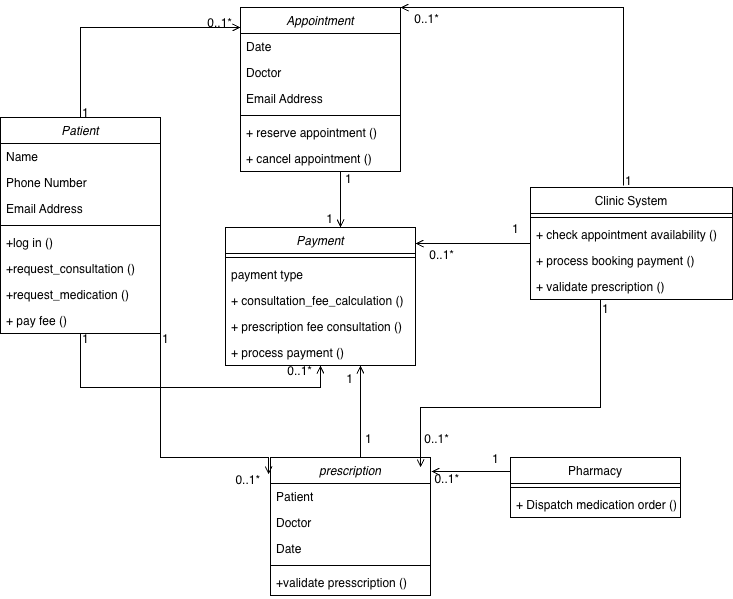
Before: W5/W5Act4/W5Act4.drawio.png, a diagram exported from draw.io (eirikrbe/MSE800-PSD). Source tidied: cells renumbered, new cells last; positions are measured from the earlier drawing's top-left corner, leaving out a move shared by most shapes. The source it was exported from:
```xml
<mxGraphModel>
  <root>
    <mxCell id="0" />
    <mxCell id="1" parent="0" />
    <mxCell id="2" value="Patient" style="swimlane;fontStyle=2;align=center;verticalAlign=top;horizontal=1;startSize=26;rounded=0;shadow=0;strokeWidth=1;" parent="1" vertex="1">
      <mxGeometry y="110" width="160" height="216" as="geometry" />
    </mxCell>
    <mxCell id="3" value="Name" style="text;align=left;verticalAlign=top;spacingLeft=4;spacingRight=4;overflow=hidden;" parent="2" vertex="1">
      <mxGeometry y="26" width="160" height="26" as="geometry" />
    </mxCell>
    <mxCell id="4" value="Phone Number" style="text;align=left;verticalAlign=top;spacingLeft=4;spacingRight=4;overflow=hidden;rounded=0;shadow=0;html=0;" parent="2" vertex="1">
      <mxGeometry y="52" width="160" height="26" as="geometry" />
    </mxCell>
    <mxCell id="5" value="Email Address" style="text;align=left;verticalAlign=top;spacingLeft=4;spacingRight=4;overflow=hidden;rounded=0;shadow=0;html=0;" parent="2" vertex="1">
      <mxGeometry y="78" width="160" height="26" as="geometry" />
    </mxCell>
    <mxCell id="6" style="line;html=1;strokeWidth=1;align=left;verticalAlign=middle;spacingTop=-1;spacingLeft=3;spacingRight=3;labelPosition=right;" parent="2" vertex="1">
      <mxGeometry y="104" width="160" height="8" as="geometry" />
    </mxCell>
    <mxCell id="7" value="+log in ()" style="text;align=left;verticalAlign=top;spacingLeft=4;spacingRight=4;overflow=hidden;" parent="2" vertex="1">
      <mxGeometry y="112" width="160" height="26" as="geometry" />
    </mxCell>
    <mxCell id="8" value="+request_consultation ()" style="text;align=left;verticalAlign=top;spacingLeft=4;spacingRight=4;overflow=hidden;" parent="2" vertex="1">
      <mxGeometry y="138" width="160" height="26" as="geometry" />
    </mxCell>
    <mxCell id="9" value="+request_medication ()" style="text;align=left;verticalAlign=top;spacingLeft=4;spacingRight=4;overflow=hidden;" parent="2" vertex="1">
      <mxGeometry y="164" width="160" height="26" as="geometry" />
    </mxCell>
    <mxCell id="10" value="+ pay fee ()" style="text;align=left;verticalAlign=top;spacingLeft=4;spacingRight=4;overflow=hidden;" parent="2" vertex="1">
      <mxGeometry y="190" width="160" height="26" as="geometry" />
    </mxCell>
    <mxCell id="11" value="Pharmacy&#10;" style="swimlane;fontStyle=0;align=center;verticalAlign=top;horizontal=1;startSize=26;rounded=0;shadow=0;strokeWidth=1;" parent="1" vertex="1">
      <mxGeometry x="510" y="450" width="170" height="60" as="geometry" />
    </mxCell>
    <mxCell id="12" style="line;html=1;strokeWidth=1;align=left;verticalAlign=middle;spacingTop=-1;spacingLeft=3;spacingRight=3;labelPosition=right;" parent="11" vertex="1">
      <mxGeometry y="26" width="170" height="8" as="geometry" />
    </mxCell>
    <mxCell id="13" value="+ Dispatch medication order () " style="text;align=left;verticalAlign=top;spacingLeft=4;spacingRight=4;overflow=hidden;" parent="11" vertex="1">
      <mxGeometry y="34" width="170" height="26" as="geometry" />
    </mxCell>
    <mxCell id="14" value="Clinic System" style="swimlane;fontStyle=0;align=center;verticalAlign=top;horizontal=1;startSize=26;rounded=0;shadow=0;strokeWidth=1;" parent="1" vertex="1">
      <mxGeometry x="530" y="180" width="202" height="112" as="geometry" />
    </mxCell>
    <mxCell id="15" style="line;html=1;strokeWidth=1;align=left;verticalAlign=middle;spacingTop=-1;spacingLeft=3;spacingRight=3;labelPosition=right;" parent="14" vertex="1">
      <mxGeometry y="26" width="202" height="8" as="geometry" />
    </mxCell>
    <mxCell id="16" value="+ check appointment availability ()" style="text;align=left;verticalAlign=top;spacingLeft=4;spacingRight=4;overflow=hidden;" parent="14" vertex="1">
      <mxGeometry y="34" width="202" height="26" as="geometry" />
    </mxCell>
    <mxCell id="17" value="+ process booking payment ()" style="text;align=left;verticalAlign=top;spacingLeft=4;spacingRight=4;overflow=hidden;rounded=0;shadow=0;html=0;" parent="14" vertex="1">
      <mxGeometry y="60" width="202" height="26" as="geometry" />
    </mxCell>
    <mxCell id="18" value="+ validate prescription () " style="text;align=left;verticalAlign=top;spacingLeft=4;spacingRight=4;overflow=hidden;rounded=0;shadow=0;html=0;" parent="14" vertex="1">
      <mxGeometry y="86" width="202" height="26" as="geometry" />
    </mxCell>
    <mxCell id="19" style="endArrow=open;shadow=0;strokeWidth=1;rounded=0;curved=0;endFill=1;edgeStyle=elbowEdgeStyle;elbow=vertical;" parent="1" edge="1" source="2" target="22">
      <mxGeometry x="0.5" y="41" relative="1" as="geometry">
        <Array as="points">
          <mxPoint x="80" y="20" />
        </Array>
        <mxPoint x="-40" y="32" as="offset" />
      </mxGeometry>
    </mxCell>
    <mxCell id="20" value="1" style="align=left;verticalAlign=bottom;labelBackgroundColor=none;fontSize=12;" parent="19" vertex="1">
      <mxGeometry x="-1" relative="1" as="geometry">
        <mxPoint y="4" as="offset" />
      </mxGeometry>
    </mxCell>
    <mxCell id="21" value="0..1*" style="align=right;verticalAlign=bottom;labelBackgroundColor=none;fontSize=12;" parent="19" vertex="1">
      <mxGeometry x="1" relative="1" as="geometry">
        <mxPoint x="-7" y="4" as="offset" />
      </mxGeometry>
    </mxCell>
    <mxCell id="22" value="Appointment" style="swimlane;fontStyle=2;align=center;verticalAlign=top;horizontal=1;startSize=26;rounded=0;shadow=0;strokeWidth=1;" parent="1" vertex="1">
      <mxGeometry x="240" width="160" height="164" as="geometry" />
    </mxCell>
    <mxCell id="23" value="Date" style="text;align=left;verticalAlign=top;spacingLeft=4;spacingRight=4;overflow=hidden;" parent="22" vertex="1">
      <mxGeometry y="26" width="160" height="26" as="geometry" />
    </mxCell>
    <mxCell id="24" value="Doctor" style="text;align=left;verticalAlign=top;spacingLeft=4;spacingRight=4;overflow=hidden;rounded=0;shadow=0;html=0;" parent="22" vertex="1">
      <mxGeometry y="52" width="160" height="26" as="geometry" />
    </mxCell>
    <mxCell id="25" value="Email Address" style="text;align=left;verticalAlign=top;spacingLeft=4;spacingRight=4;overflow=hidden;rounded=0;shadow=0;html=0;" parent="22" vertex="1">
      <mxGeometry y="78" width="160" height="26" as="geometry" />
    </mxCell>
    <mxCell id="26" style="line;html=1;strokeWidth=1;align=left;verticalAlign=middle;spacingTop=-1;spacingLeft=3;spacingRight=3;labelPosition=right;" parent="22" vertex="1">
      <mxGeometry y="104" width="160" height="8" as="geometry" />
    </mxCell>
    <mxCell id="27" value="+ reserve appointment () " style="text;align=left;verticalAlign=top;spacingLeft=4;spacingRight=4;overflow=hidden;" parent="22" vertex="1">
      <mxGeometry y="112" width="160" height="26" as="geometry" />
    </mxCell>
    <mxCell id="28" value="+ cancel appointment ()" style="text;align=left;verticalAlign=top;spacingLeft=4;spacingRight=4;overflow=hidden;" parent="22" vertex="1">
      <mxGeometry y="138" width="160" height="26" as="geometry" />
    </mxCell>
    <mxCell id="29" value="Payment" style="swimlane;fontStyle=2;align=center;verticalAlign=top;horizontal=1;startSize=26;rounded=0;shadow=0;strokeWidth=1;" parent="1" vertex="1">
      <mxGeometry x="225" y="220" width="190" height="138" as="geometry" />
    </mxCell>
    <mxCell id="30" style="line;html=1;strokeWidth=1;align=left;verticalAlign=middle;spacingTop=-1;spacingLeft=3;spacingRight=3;labelPosition=right;" parent="29" vertex="1">
      <mxGeometry y="26" width="190" height="8" as="geometry" />
    </mxCell>
    <mxCell id="31" value="payment type" style="text;align=left;verticalAlign=top;spacingLeft=4;spacingRight=4;overflow=hidden;" parent="29" vertex="1">
      <mxGeometry y="34" width="190" height="26" as="geometry" />
    </mxCell>
    <mxCell id="32" value="+ consultation_fee_calculation () " style="text;align=left;verticalAlign=top;spacingLeft=4;spacingRight=4;overflow=hidden;" parent="29" vertex="1">
      <mxGeometry y="60" width="190" height="26" as="geometry" />
    </mxCell>
    <mxCell id="33" value="+ prescription fee consultation ()" style="text;align=left;verticalAlign=top;spacingLeft=4;spacingRight=4;overflow=hidden;" parent="29" vertex="1">
      <mxGeometry y="86" width="190" height="26" as="geometry" />
    </mxCell>
    <mxCell id="34" value="+ process payment ()" style="text;align=left;verticalAlign=top;spacingLeft=4;spacingRight=4;overflow=hidden;" parent="29" vertex="1">
      <mxGeometry y="112" width="190" height="26" as="geometry" />
    </mxCell>
    <mxCell id="35" value="prescription" style="swimlane;fontStyle=2;align=center;verticalAlign=top;horizontal=1;startSize=26;rounded=0;shadow=0;strokeWidth=1;" parent="1" vertex="1">
      <mxGeometry x="270" y="450" width="160" height="138" as="geometry" />
    </mxCell>
    <mxCell id="36" value="Patient" style="text;align=left;verticalAlign=top;spacingLeft=4;spacingRight=4;overflow=hidden;" parent="35" vertex="1">
      <mxGeometry y="26" width="160" height="26" as="geometry" />
    </mxCell>
    <mxCell id="37" value="Doctor" style="text;align=left;verticalAlign=top;spacingLeft=4;spacingRight=4;overflow=hidden;rounded=0;shadow=0;html=0;" parent="35" vertex="1">
      <mxGeometry y="52" width="160" height="26" as="geometry" />
    </mxCell>
    <mxCell id="38" value="Date" style="text;align=left;verticalAlign=top;spacingLeft=4;spacingRight=4;overflow=hidden;rounded=0;shadow=0;html=0;" parent="35" vertex="1">
      <mxGeometry y="78" width="160" height="26" as="geometry" />
    </mxCell>
    <mxCell id="39" style="line;html=1;strokeWidth=1;align=left;verticalAlign=middle;spacingTop=-1;spacingLeft=3;spacingRight=3;labelPosition=right;" parent="35" vertex="1">
      <mxGeometry y="104" width="160" height="8" as="geometry" />
    </mxCell>
    <mxCell id="40" value="+validate presscription ()" style="text;align=left;verticalAlign=top;spacingLeft=4;spacingRight=4;overflow=hidden;" parent="35" vertex="1">
      <mxGeometry y="112" width="160" height="26" as="geometry" />
    </mxCell>
    <mxCell id="41" style="endArrow=open;shadow=0;strokeWidth=1;rounded=0;curved=0;endFill=1;edgeStyle=elbowEdgeStyle;elbow=vertical;" parent="1" edge="1" source="2" target="29">
      <mxGeometry x="0.5" y="41" relative="1" as="geometry">
        <Array as="points">
          <mxPoint x="210" y="380" />
        </Array>
        <mxPoint x="-40" y="32" as="offset" />
      </mxGeometry>
    </mxCell>
    <mxCell id="42" value="1" style="align=left;verticalAlign=bottom;labelBackgroundColor=none;fontSize=12;" parent="41" vertex="1">
      <mxGeometry x="-1" relative="1" as="geometry">
        <mxPoint y="14" as="offset" />
      </mxGeometry>
    </mxCell>
    <mxCell id="43" value="0..1*" style="align=right;verticalAlign=bottom;labelBackgroundColor=none;fontSize=12;" parent="41" vertex="1">
      <mxGeometry x="1" relative="1" as="geometry">
        <mxPoint x="-7" y="14" as="offset" />
      </mxGeometry>
    </mxCell>
    <mxCell id="44" style="endArrow=open;shadow=0;strokeWidth=1;rounded=0;curved=0;endFill=1;edgeStyle=elbowEdgeStyle;elbow=vertical;" parent="1" edge="1" source="22" target="29">
      <mxGeometry x="0.5" y="41" relative="1" as="geometry">
        <Array as="points">
          <mxPoint x="340" y="200" />
        </Array>
        <mxPoint x="-40" y="32" as="offset" />
      </mxGeometry>
    </mxCell>
    <mxCell id="45" value="1" style="align=left;verticalAlign=bottom;labelBackgroundColor=none;fontSize=12;" parent="44" vertex="1">
      <mxGeometry x="-1" relative="1" as="geometry">
        <mxPoint x="3" y="16" as="offset" />
      </mxGeometry>
    </mxCell>
    <mxCell id="46" value="1" style="align=right;verticalAlign=bottom;labelBackgroundColor=none;fontSize=12;" parent="44" vertex="1">
      <mxGeometry x="1" relative="1" as="geometry">
        <mxPoint x="-6" as="offset" />
      </mxGeometry>
    </mxCell>
    <mxCell id="47" style="endArrow=open;shadow=0;strokeWidth=1;rounded=0;curved=0;endFill=1;edgeStyle=elbowEdgeStyle;elbow=vertical;entryX=-0.012;entryY=0.123;entryDx=0;entryDy=0;entryPerimeter=0;" parent="1" edge="1" source="2" target="35">
      <mxGeometry x="0.5" y="41" relative="1" as="geometry">
        <Array as="points">
          <mxPoint x="160" y="450" />
        </Array>
        <mxPoint x="-40" y="32" as="offset" />
      </mxGeometry>
    </mxCell>
    <mxCell id="48" value="1" style="align=left;verticalAlign=bottom;labelBackgroundColor=none;fontSize=12;" parent="47" vertex="1">
      <mxGeometry x="-1" relative="1" as="geometry">
        <mxPoint y="14" as="offset" />
      </mxGeometry>
    </mxCell>
    <mxCell id="49" value="0..1*" style="align=right;verticalAlign=bottom;labelBackgroundColor=none;fontSize=12;" parent="47" vertex="1">
      <mxGeometry x="1" relative="1" as="geometry">
        <mxPoint x="-7" y="14" as="offset" />
      </mxGeometry>
    </mxCell>
    <mxCell id="50" style="endArrow=open;shadow=0;strokeWidth=1;rounded=0;curved=0;endFill=1;edgeStyle=elbowEdgeStyle;elbow=vertical;" parent="1" edge="1" source="35" target="29">
      <mxGeometry x="0.5" y="41" relative="1" as="geometry">
        <Array as="points">
          <mxPoint x="360" y="390" />
        </Array>
        <mxPoint x="-40" y="32" as="offset" />
      </mxGeometry>
    </mxCell>
    <mxCell id="51" value="1" style="align=left;verticalAlign=bottom;labelBackgroundColor=none;fontSize=12;" parent="50" vertex="1">
      <mxGeometry x="-1" relative="1" as="geometry">
        <mxPoint x="3" y="-10" as="offset" />
      </mxGeometry>
    </mxCell>
    <mxCell id="52" value="1" style="align=right;verticalAlign=bottom;labelBackgroundColor=none;fontSize=12;" parent="50" vertex="1">
      <mxGeometry x="1" relative="1" as="geometry">
        <mxPoint x="-6" y="22" as="offset" />
      </mxGeometry>
    </mxCell>
    <mxCell id="53" style="endArrow=open;shadow=0;strokeWidth=1;rounded=0;curved=0;endFill=1;edgeStyle=elbowEdgeStyle;elbow=vertical;entryX=1.006;entryY=0.101;entryDx=0;entryDy=0;entryPerimeter=0;" parent="1" edge="1" source="11" target="35">
      <mxGeometry x="0.5" y="41" relative="1" as="geometry">
        <Array as="points">
          <mxPoint x="560" y="464" />
        </Array>
        <mxPoint x="-40" y="32" as="offset" />
      </mxGeometry>
    </mxCell>
    <mxCell id="54" value="1" style="align=left;verticalAlign=bottom;labelBackgroundColor=none;fontSize=12;" parent="53" vertex="1">
      <mxGeometry x="-1" relative="1" as="geometry">
        <mxPoint x="-20" y="-4" as="offset" />
      </mxGeometry>
    </mxCell>
    <mxCell id="55" value="0..1*" style="align=right;verticalAlign=bottom;labelBackgroundColor=none;fontSize=12;" parent="53" vertex="1">
      <mxGeometry x="1" relative="1" as="geometry">
        <mxPoint x="19" y="-24" as="offset" />
      </mxGeometry>
    </mxCell>
    <mxCell id="56" style="endArrow=open;shadow=0;strokeWidth=1;rounded=0;curved=0;endFill=1;edgeStyle=elbowEdgeStyle;elbow=vertical;exitX=0.46;exitY=-0.018;exitDx=0;exitDy=0;exitPerimeter=0;entryX=1;entryY=0;entryDx=0;entryDy=0;" parent="1" edge="1" source="14" target="22">
      <mxGeometry x="0.5" y="41" relative="1" as="geometry">
        <Array as="points">
          <mxPoint x="510" />
        </Array>
        <mxPoint x="-40" y="32" as="offset" />
      </mxGeometry>
    </mxCell>
    <mxCell id="57" value="1" style="align=left;verticalAlign=bottom;labelBackgroundColor=none;fontSize=12;" parent="56" vertex="1">
      <mxGeometry x="-1" relative="1" as="geometry">
        <mxPoint y="4" as="offset" />
      </mxGeometry>
    </mxCell>
    <mxCell id="58" value="0..1*" style="align=right;verticalAlign=bottom;labelBackgroundColor=none;fontSize=12;" parent="56" vertex="1">
      <mxGeometry x="1" relative="1" as="geometry">
        <mxPoint x="40" y="20" as="offset" />
      </mxGeometry>
    </mxCell>
    <mxCell id="59" style="endArrow=open;shadow=0;strokeWidth=1;rounded=0;curved=0;endFill=1;edgeStyle=elbowEdgeStyle;elbow=vertical;" parent="1" edge="1" source="14" target="29">
      <mxGeometry x="0.5" y="41" relative="1" as="geometry">
        <Array as="points">
          <mxPoint x="507" y="236" />
        </Array>
        <mxPoint x="-40" y="32" as="offset" />
      </mxGeometry>
    </mxCell>
    <mxCell id="60" value="1" style="align=left;verticalAlign=bottom;labelBackgroundColor=none;fontSize=12;" parent="59" vertex="1">
      <mxGeometry x="-1" relative="1" as="geometry">
        <mxPoint x="-20" y="-6" as="offset" />
      </mxGeometry>
    </mxCell>
    <mxCell id="61" value="0..1*" style="align=right;verticalAlign=bottom;labelBackgroundColor=none;fontSize=12;" parent="59" vertex="1">
      <mxGeometry x="1" relative="1" as="geometry">
        <mxPoint x="40" y="20" as="offset" />
      </mxGeometry>
    </mxCell>
    <mxCell id="62" style="endArrow=open;shadow=0;strokeWidth=1;rounded=0;curved=0;endFill=1;edgeStyle=elbowEdgeStyle;elbow=vertical;entryX=0.938;entryY=0.072;entryDx=0;entryDy=0;entryPerimeter=0;" parent="1" edge="1" source="14" target="35">
      <mxGeometry x="0.5" y="41" relative="1" as="geometry">
        <Array as="points">
          <mxPoint x="600" y="400" />
        </Array>
        <mxPoint x="-40" y="32" as="offset" />
      </mxGeometry>
    </mxCell>
    <mxCell id="63" value="1" style="align=left;verticalAlign=bottom;labelBackgroundColor=none;fontSize=12;" parent="62" vertex="1">
      <mxGeometry x="-1" relative="1" as="geometry">
        <mxPoint y="18" as="offset" />
      </mxGeometry>
    </mxCell>
    <mxCell id="64" value="0..1*" style="align=right;verticalAlign=bottom;labelBackgroundColor=none;fontSize=12;" parent="62" vertex="1">
      <mxGeometry x="1" relative="1" as="geometry">
        <mxPoint x="40" y="20" as="offset" />
      </mxGeometry>
    </mxCell>
  </root>
</mxGraphModel>
```
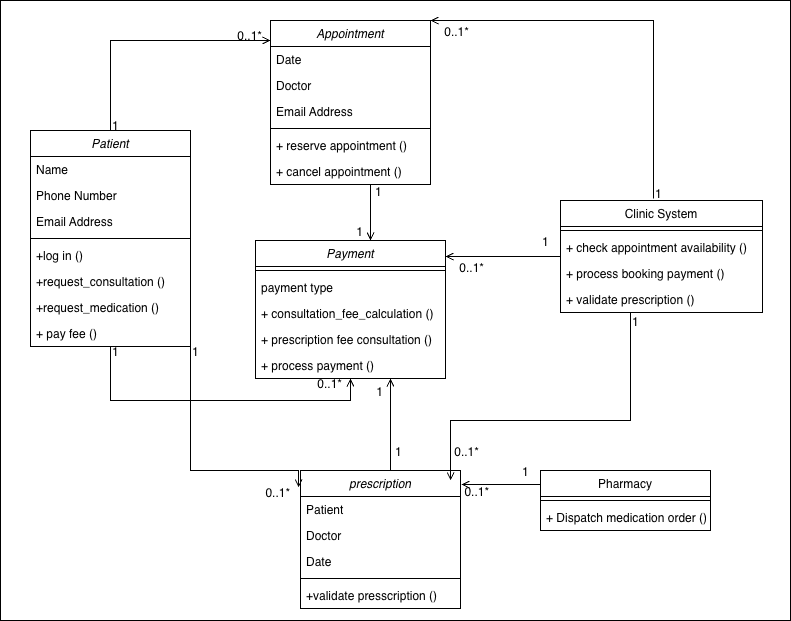
After the commit.

Diff of the diagram source:
```diff
@@ -1,7 +1,10 @@
-<mxGraphModel>
+<mxGraphModel background="#FFFFFF">
   <root>
     <mxCell id="0" />
     <mxCell id="1" parent="0" />
+    <mxCell id="65" style="rounded=0;whiteSpace=wrap;html=1;" parent="1" vertex="1">
+      <mxGeometry x="-30" y="-20" width="790" height="620" as="geometry" />
+    </mxCell>
     <mxCell id="2" value="Patient" style="swimlane;fontStyle=2;align=center;verticalAlign=top;horizontal=1;startSize=26;rounded=0;shadow=0;strokeWidth=1;" parent="1" vertex="1">
       <mxGeometry y="110" width="160" height="216" as="geometry" />
     </mxCell>
```
